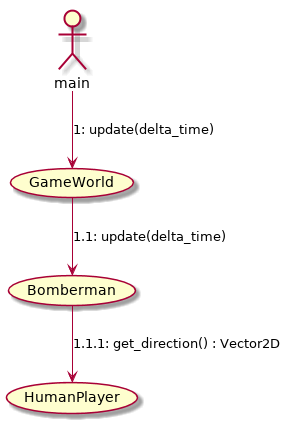
Above: docs/img/Communication_UC_1_2.png in NadzwyczajnaGrupaRobocza/bomberman (PlantUML), before the change.
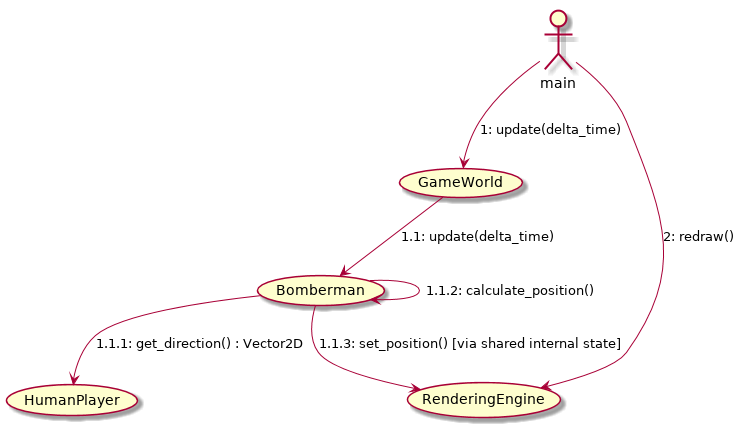
Above is the later version.

Diff of the diagram source:
```diff
@@ -3,6 +3,8 @@
 :main: --> (GameWorld) : "1: update(delta_time)"
 (GameWorld) --> (Bomberman) : "1.1: update(delta_time)"
 (Bomberman) --> (HumanPlayer) : "1.1.1: get_direction() : Vector2D"
-
+(Bomberman) --> (Bomberman) : "1.1.2: calculate_position()"
+(Bomberman) --> (RenderingEngine) : "1.1.3: set_position() [via shared internal state]"
+:main: --> (RenderingEngine) : "2: redraw()"
 
 @enduml
```
